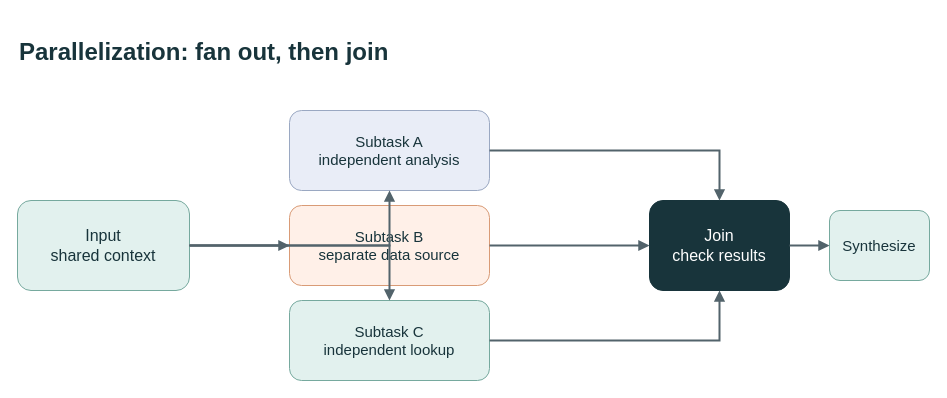
This is docs/images/parallelization-visual-summary.drawio from evoiz/Agentic-Design-Patterns, a draw.io file, before an edit. Source tidied: cells renumbered, new cells numbered last; positions are measured from the earlier drawing's top-left corner, leaving out a move shared by most shapes. Both pictures are drawn from the tidied source at 100%, with x=0, y=0 at pixel (17, 17).
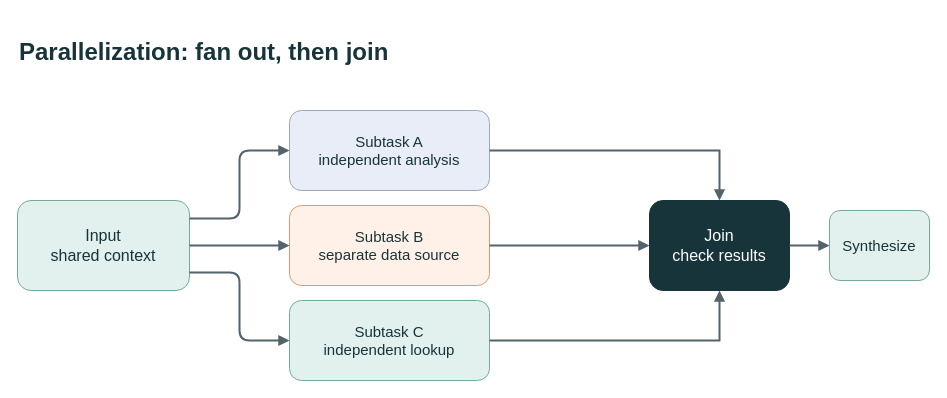
After the change.

Change to the diagram source:
```diff
@@
 <mxGraphModel>
   <root>
     <mxCell id="0" />
     <mxCell id="1" parent="0" />
     <mxCell id="2" value="Parallelization: fan out, then join" style="text;html=1;align=left;verticalAlign=middle;whiteSpace=wrap;rounded=0;fontSize=24;fontStyle=1;fontColor=#18343B;" parent="1" vertex="1">
       <mxGeometry width="800" height="70" as="geometry" />
     </mxCell>
     <mxCell id="3" value="Input&#10;shared context" style="rounded=1;whiteSpace=wrap;html=1;fillColor=#E2F1EE;strokeColor=#76A99E;fontColor=#18343B;fontSize=16;" parent="1" vertex="1">
       <mxGeometry y="183" width="172" height="90" as="geometry" />
     </mxCell>
     <mxCell id="4" value="Subtask A&#10;independent analysis" style="rounded=1;whiteSpace=wrap;html=1;fillColor=#E9EDF7;strokeColor=#9AA8C2;fontColor=#18343B;fontSize=15;" parent="1" vertex="1">
       <mxGeometry x="272" y="93" width="200" height="80" as="geometry" />
     </mxCell>
     <mxCell id="5" value="Subtask B&#10;separate data source" style="rounded=1;whiteSpace=wrap;html=1;fillColor=#FFF0E8;strokeColor=#D99B76;fontColor=#18343B;fontSize=15;" parent="1" vertex="1">
       <mxGeometry x="272" y="188" width="200" height="80" as="geometry" />
     </mxCell>
     <mxCell id="6" value="Subtask C&#10;independent lookup" style="rounded=1;whiteSpace=wrap;html=1;fillColor=#E2F1EE;strokeColor=#76A99E;fontColor=#18343B;fontSize=15;" parent="1" vertex="1">
       <mxGeometry x="272" y="283" width="200" height="80" as="geometry" />
     </mxCell>
     <mxCell id="7" value="Join&#10;check results" style="rounded=1;whiteSpace=wrap;html=1;fillColor=#18343B;strokeColor=#18343B;fontColor=#FFFFFF;fontSize=16;" parent="1" vertex="1">
       <mxGeometry x="632" y="183" width="140" height="90" as="geometry" />
     </mxCell>
     <mxCell id="8" value="Synthesize" style="rounded=1;whiteSpace=wrap;html=1;fillColor=#E2F1EE;strokeColor=#76A99E;fontColor=#18343B;fontSize=15;" parent="1" vertex="1">
       <mxGeometry x="812" y="193" width="100" height="70" as="geometry" />
     </mxCell>
-    <mxCell id="9" style="edgeStyle=orthogonalEdgeStyle;rounded=0;html=1;endArrow=block;endFill=1;strokeColor=#52636B;strokeWidth=2;" parent="1" edge="1" source="3" target="4">
-      <mxGeometry relative="1" as="geometry" />
+    <mxCell id="9" style="edgeStyle=orthogonalEdgeStyle;html=1;endArrow=block;strokeColor=#52636B;strokeWidth=2;exitX=1;exitY=0.2;entryX=0;entryY=0.5;" parent="1" edge="1" source="3" target="4">
+      <mxGeometry relative="1" as="geometry">
+        <Array as="points">
+          <mxPoint x="222" y="201" />
+          <mxPoint x="222" y="133" />
+        </Array>
+      </mxGeometry>
     </mxCell>
     <mxCell id="10" style="edgeStyle=orthogonalEdgeStyle;rounded=0;html=1;endArrow=block;endFill=1;strokeColor=#52636B;strokeWidth=2;" parent="1" edge="1" source="3" target="5">
       <mxGeometry relative="1" as="geometry" />
     </mxCell>
-    <mxCell id="11" style="edgeStyle=orthogonalEdgeStyle;rounded=0;html=1;endArrow=block;endFill=1;strokeColor=#52636B;strokeWidth=2;" parent="1" edge="1" source="3" target="6">
-      <mxGeometry relative="1" as="geometry" />
+    <mxCell id="11" style="edgeStyle=orthogonalEdgeStyle;html=1;endArrow=block;strokeColor=#52636B;strokeWidth=2;exitX=1;exitY=0.8;entryX=0;entryY=0.5;" parent="1" edge="1" source="3" target="6">
+      <mxGeometry relative="1" as="geometry">
+        <Array as="points">
+          <mxPoint x="222" y="255" />
+          <mxPoint x="222" y="323" />
+        </Array>
+      </mxGeometry>
     </mxCell>
     <mxCell id="12" style="edgeStyle=orthogonalEdgeStyle;rounded=0;html=1;endArrow=block;endFill=1;strokeColor=#52636B;strokeWidth=2;" parent="1" edge="1" source="4" target="7">
       <mxGeometry relative="1" as="geometry" />
     </mxCell>
     <mxCell id="13" style="edgeStyle=orthogonalEdgeStyle;rounded=0;html=1;endArrow=block;endFill=1;strokeColor=#52636B;strokeWidth=2;" parent="1" edge="1" source="5" target="7">
       <mxGeometry relative="1" as="geometry" />
     </mxCell>
     <mxCell id="14" style="edgeStyle=orthogonalEdgeStyle;rounded=0;html=1;endArrow=block;endFill=1;strokeColor=#52636B;strokeWidth=2;" parent="1" edge="1" source="6" target="7">
       <mxGeometry relative="1" as="geometry" />
     </mxCell>
     <mxCell id="15" style="edgeStyle=orthogonalEdgeStyle;rounded=0;html=1;endArrow=block;endFill=1;strokeColor=#52636B;strokeWidth=2;" parent="1" edge="1" source="7" target="8">
       <mxGeometry relative="1" as="geometry" />
     </mxCell>
   </root>
 </mxGraphModel>
```
